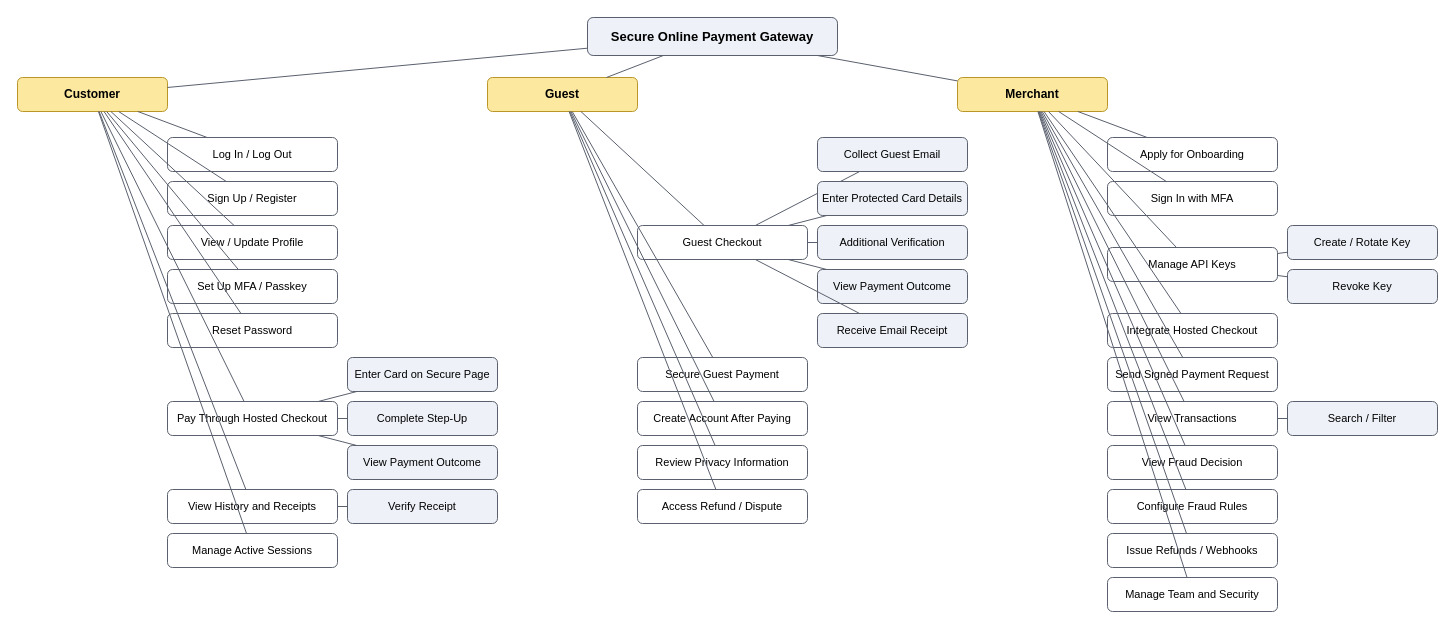
This is drawio/URS_FunctionalHierarchy_1.drawio from Beh69/FYP-CSIT321, a draw.io file, before an edit. Source tidied: cells renumbered, new cells numbered last; positions are measured from the earlier drawing's top-left corner, leaving out a move shared by most shapes. Both pictures are drawn from the tidied source at 100%, with x=0, y=0 at pixel (17, 17).
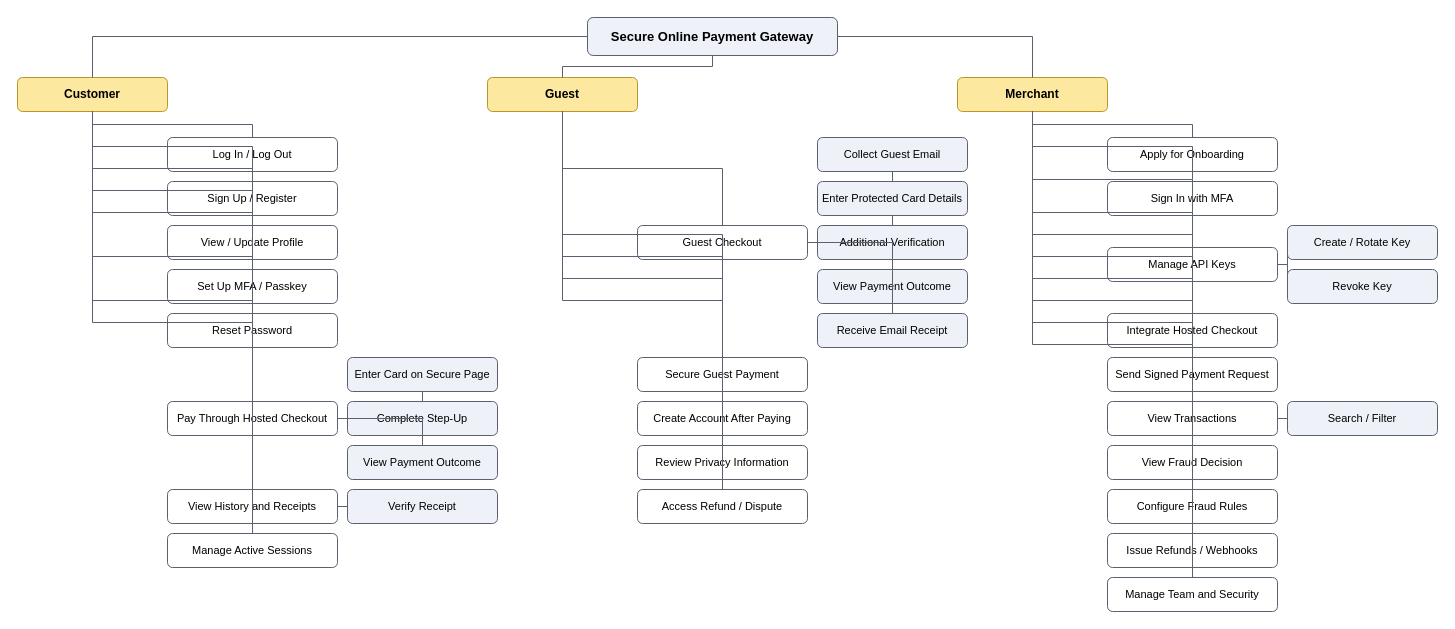
The same page after the edit.

Unchanged cells that the change refers to:
```xml
<mxCell id="2" value="Secure Online Payment Gateway" style="rounded=1;whiteSpace=wrap;html=1;fillColor=#eef2f8;strokeColor=#5a606e;fontSize=13;fontStyle=1;" parent="1" vertex="1">
<mxCell id="3" value="Customer" style="rounded=1;whiteSpace=wrap;html=1;fillColor=#fde8a0;strokeColor=#ba9628;fontSize=12;fontStyle=1;" parent="1" vertex="1">
<mxCell id="5" value="Log In / Log Out" style="rounded=1;whiteSpace=wrap;html=1;fillColor=#ffffff;strokeColor=#5a606e;fontSize=11;" parent="1" vertex="1">
<mxCell id="7" value="Sign Up / Register" style="rounded=1;whiteSpace=wrap;html=1;fillColor=#ffffff;strokeColor=#5a606e;fontSize=11;" parent="1" vertex="1">
<mxCell id="9" value="View / Update Profile" style="rounded=1;whiteSpace=wrap;html=1;fillColor=#ffffff;strokeColor=#5a606e;fontSize=11;" parent="1" vertex="1">
<mxCell id="11" value="Set Up MFA / Passkey" style="rounded=1;whiteSpace=wrap;html=1;fillColor=#ffffff;strokeColor=#5a606e;fontSize=11;" parent="1" vertex="1">
<mxCell id="13" value="Reset Password" style="rounded=1;whiteSpace=wrap;html=1;fillColor=#ffffff;strokeColor=#5a606e;fontSize=11;" parent="1" vertex="1">
<mxCell id="15" value="Pay Through Hosted Checkout" style="rounded=1;whiteSpace=wrap;html=1;fillColor=#ffffff;strokeColor=#5a606e;fontSize=11;" parent="1" vertex="1">
<mxCell id="17" value="Enter Card on Secure Page" style="rounded=1;whiteSpace=wrap;html=1;fillColor=#eef2f8;strokeColor=#5a606e;fontSize=11;" parent="1" vertex="1">
<mxCell id="19" value="Complete Step-Up" style="rounded=1;whiteSpace=wrap;html=1;fillColor=#eef2f8;strokeColor=#5a606e;fontSize=11;" parent="1" vertex="1">
<mxCell id="21" value="View Payment Outcome" style="rounded=1;whiteSpace=wrap;html=1;fillColor=#eef2f8;strokeColor=#5a606e;fontSize=11;" parent="1" vertex="1">
<mxCell id="23" value="View History and Receipts" style="rounded=1;whiteSpace=wrap;html=1;fillColor=#ffffff;strokeColor=#5a606e;fontSize=11;" parent="1" vertex="1">
<mxCell id="25" value="Verify Receipt" style="rounded=1;whiteSpace=wrap;html=1;fillColor=#eef2f8;strokeColor=#5a606e;fontSize=11;" parent="1" vertex="1">
<mxCell id="27" value="Manage Active Sessions" style="rounded=1;whiteSpace=wrap;html=1;fillColor=#ffffff;strokeColor=#5a606e;fontSize=11;" parent="1" vertex="1">
<mxCell id="29" value="Guest" style="rounded=1;whiteSpace=wrap;html=1;fillColor=#fde8a0;strokeColor=#ba9628;fontSize=12;fontStyle=1;" parent="1" vertex="1">
<mxCell id="31" value="Guest Checkout" style="rounded=1;whiteSpace=wrap;html=1;fillColor=#ffffff;strokeColor=#5a606e;fontSize=11;" parent="1" vertex="1">
<mxCell id="33" value="Collect Guest Email" style="rounded=1;whiteSpace=wrap;html=1;fillColor=#eef2f8;strokeColor=#5a606e;fontSize=11;" parent="1" vertex="1">
<mxCell id="35" value="Enter Protected Card Details" style="rounded=1;whiteSpace=wrap;html=1;fillColor=#eef2f8;strokeColor=#5a606e;fontSize=11;" parent="1" vertex="1">
<mxCell id="37" value="Additional Verification" style="rounded=1;whiteSpace=wrap;html=1;fillColor=#eef2f8;strokeColor=#5a606e;fontSize=11;" parent="1" vertex="1">
<mxCell id="39" value="View Payment Outcome" style="rounded=1;whiteSpace=wrap;html=1;fillColor=#eef2f8;strokeColor=#5a606e;fontSize=11;" parent="1" vertex="1">
<mxCell id="41" value="Receive Email Receipt" style="rounded=1;whiteSpace=wrap;html=1;fillColor=#eef2f8;strokeColor=#5a606e;fontSize=11;" parent="1" vertex="1">
<mxCell id="43" value="Secure Guest Payment" style="rounded=1;whiteSpace=wrap;html=1;fillColor=#ffffff;strokeColor=#5a606e;fontSize=11;" parent="1" vertex="1">
<mxCell id="45" value="Create Account After Paying" style="rounded=1;whiteSpace=wrap;html=1;fillColor=#ffffff;strokeColor=#5a606e;fontSize=11;" parent="1" vertex="1">
<mxCell id="47" value="Review Privacy Information" style="rounded=1;whiteSpace=wrap;html=1;fillColor=#ffffff;strokeColor=#5a606e;fontSize=11;" parent="1" vertex="1">
<mxCell id="49" value="Access Refund / Dispute" style="rounded=1;whiteSpace=wrap;html=1;fillColor=#ffffff;strokeColor=#5a606e;fontSize=11;" parent="1" vertex="1">
<mxCell id="51" value="Merchant" style="rounded=1;whiteSpace=wrap;html=1;fillColor=#fde8a0;strokeColor=#ba9628;fontSize=12;fontStyle=1;" parent="1" vertex="1">
<mxCell id="53" value="Apply for Onboarding" style="rounded=1;whiteSpace=wrap;html=1;fillColor=#ffffff;strokeColor=#5a606e;fontSize=11;" parent="1" vertex="1">
<mxCell id="55" value="Sign In with MFA" style="rounded=1;whiteSpace=wrap;html=1;fillColor=#ffffff;strokeColor=#5a606e;fontSize=11;" parent="1" vertex="1">
<mxCell id="57" value="Manage API Keys" style="rounded=1;whiteSpace=wrap;html=1;fillColor=#ffffff;strokeColor=#5a606e;fontSize=11;" parent="1" vertex="1">
<mxCell id="59" value="Create / Rotate Key" style="rounded=1;whiteSpace=wrap;html=1;fillColor=#eef2f8;strokeColor=#5a606e;fontSize=11;" parent="1" vertex="1">
<mxCell id="61" value="Revoke Key" style="rounded=1;whiteSpace=wrap;html=1;fillColor=#eef2f8;strokeColor=#5a606e;fontSize=11;" parent="1" vertex="1">
<mxCell id="63" value="Integrate Hosted Checkout" style="rounded=1;whiteSpace=wrap;html=1;fillColor=#ffffff;strokeColor=#5a606e;fontSize=11;" parent="1" vertex="1">
<mxCell id="65" value="Send Signed Payment Request" style="rounded=1;whiteSpace=wrap;html=1;fillColor=#ffffff;strokeColor=#5a606e;fontSize=11;" parent="1" vertex="1">
<mxCell id="67" value="View Transactions" style="rounded=1;whiteSpace=wrap;html=1;fillColor=#ffffff;strokeColor=#5a606e;fontSize=11;" parent="1" vertex="1">
<mxCell id="69" value="Search / Filter" style="rounded=1;whiteSpace=wrap;html=1;fillColor=#eef2f8;strokeColor=#5a606e;fontSize=11;" parent="1" vertex="1">
<mxCell id="71" value="View Fraud Decision" style="rounded=1;whiteSpace=wrap;html=1;fillColor=#ffffff;strokeColor=#5a606e;fontSize=11;" parent="1" vertex="1">
<mxCell id="73" value="Configure Fraud Rules" style="rounded=1;whiteSpace=wrap;html=1;fillColor=#ffffff;strokeColor=#5a606e;fontSize=11;" parent="1" vertex="1">
<mxCell id="75" value="Issue Refunds / Webhooks" style="rounded=1;whiteSpace=wrap;html=1;fillColor=#ffffff;strokeColor=#5a606e;fontSize=11;" parent="1" vertex="1">
<mxCell id="77" value="Manage Team and Security" style="rounded=1;whiteSpace=wrap;html=1;fillColor=#ffffff;strokeColor=#5a606e;fontSize=11;" parent="1" vertex="1">
```

The edit, as a diff of the source:
```diff
@@
-    <mxCell id="4" style="endArrow=none;html=1;strokeColor=#5a606e;rounded=0;" parent="1" edge="1" source="2" target="3">
+    <mxCell id="4" style="edgeStyle=orthogonalEdgeStyle;endArrow=none;html=1;strokeColor=#5a606e;rounded=0;" parent="1" edge="1" source="2" target="3">
       <mxGeometry relative="1" as="geometry" />
     </mxCell>
@@
-    <mxCell id="6" style="endArrow=none;html=1;strokeColor=#5a606e;rounded=0;" parent="1" edge="1" source="3" target="5">
+    <mxCell id="6" style="edgeStyle=orthogonalEdgeStyle;endArrow=none;html=1;strokeColor=#5a606e;rounded=0;" parent="1" edge="1" source="3" target="5">
       <mxGeometry relative="1" as="geometry" />
     </mxCell>
@@
-    <mxCell id="8" style="endArrow=none;html=1;strokeColor=#5a606e;rounded=0;" parent="1" edge="1" source="3" target="7">
+    <mxCell id="8" style="edgeStyle=orthogonalEdgeStyle;endArrow=none;html=1;strokeColor=#5a606e;rounded=0;" parent="1" edge="1" source="3" target="7">
       <mxGeometry relative="1" as="geometry" />
     </mxCell>
@@
-    <mxCell id="10" style="endArrow=none;html=1;strokeColor=#5a606e;rounded=0;" parent="1" edge="1" source="3" target="9">
+    <mxCell id="10" style="edgeStyle=orthogonalEdgeStyle;endArrow=none;html=1;strokeColor=#5a606e;rounded=0;" parent="1" edge="1" source="3" target="9">
       <mxGeometry relative="1" as="geometry" />
     </mxCell>
@@
-    <mxCell id="12" style="endArrow=none;html=1;strokeColor=#5a606e;rounded=0;" parent="1" edge="1" source="3" target="11">
+    <mxCell id="12" style="edgeStyle=orthogonalEdgeStyle;endArrow=none;html=1;strokeColor=#5a606e;rounded=0;" parent="1" edge="1" source="3" target="11">
       <mxGeometry relative="1" as="geometry" />
     </mxCell>
@@
-    <mxCell id="14" style="endArrow=none;html=1;strokeColor=#5a606e;rounded=0;" parent="1" edge="1" source="3" target="13">
+    <mxCell id="14" style="edgeStyle=orthogonalEdgeStyle;endArrow=none;html=1;strokeColor=#5a606e;rounded=0;" parent="1" edge="1" source="3" target="13">
       <mxGeometry relative="1" as="geometry" />
     </mxCell>
@@
-    <mxCell id="16" style="endArrow=none;html=1;strokeColor=#5a606e;rounded=0;" parent="1" edge="1" source="3" target="15">
+    <mxCell id="16" style="edgeStyle=orthogonalEdgeStyle;endArrow=none;html=1;strokeColor=#5a606e;rounded=0;" parent="1" edge="1" source="3" target="15">
       <mxGeometry relative="1" as="geometry" />
     </mxCell>
@@
-    <mxCell id="18" style="endArrow=none;html=1;strokeColor=#5a606e;rounded=0;" parent="1" edge="1" source="15" target="17">
+    <mxCell id="18" style="edgeStyle=orthogonalEdgeStyle;endArrow=none;html=1;strokeColor=#5a606e;rounded=0;" parent="1" edge="1" source="15" target="17">
       <mxGeometry relative="1" as="geometry" />
     </mxCell>
@@
-    <mxCell id="20" style="endArrow=none;html=1;strokeColor=#5a606e;rounded=0;" parent="1" edge="1" source="15" target="19">
+    <mxCell id="20" style="edgeStyle=orthogonalEdgeStyle;endArrow=none;html=1;strokeColor=#5a606e;rounded=0;" parent="1" edge="1" source="15" target="19">
       <mxGeometry relative="1" as="geometry" />
     </mxCell>
@@
-    <mxCell id="22" style="endArrow=none;html=1;strokeColor=#5a606e;rounded=0;" parent="1" edge="1" source="15" target="21">
+    <mxCell id="22" style="edgeStyle=orthogonalEdgeStyle;endArrow=none;html=1;strokeColor=#5a606e;rounded=0;" parent="1" edge="1" source="15" target="21">
       <mxGeometry relative="1" as="geometry" />
     </mxCell>
@@
-    <mxCell id="24" style="endArrow=none;html=1;strokeColor=#5a606e;rounded=0;" parent="1" edge="1" source="3" target="23">
+    <mxCell id="24" style="edgeStyle=orthogonalEdgeStyle;endArrow=none;html=1;strokeColor=#5a606e;rounded=0;" parent="1" edge="1" source="3" target="23">
       <mxGeometry relative="1" as="geometry" />
     </mxCell>
@@
-    <mxCell id="26" style="endArrow=none;html=1;strokeColor=#5a606e;rounded=0;" parent="1" edge="1" source="23" target="25">
+    <mxCell id="26" style="edgeStyle=orthogonalEdgeStyle;endArrow=none;html=1;strokeColor=#5a606e;rounded=0;" parent="1" edge="1" source="23" target="25">
       <mxGeometry relative="1" as="geometry" />
     </mxCell>
@@
-    <mxCell id="28" style="endArrow=none;html=1;strokeColor=#5a606e;rounded=0;" parent="1" edge="1" source="3" target="27">
+    <mxCell id="28" style="edgeStyle=orthogonalEdgeStyle;endArrow=none;html=1;strokeColor=#5a606e;rounded=0;" parent="1" edge="1" source="3" target="27">
       <mxGeometry relative="1" as="geometry" />
     </mxCell>
@@
-    <mxCell id="30" style="endArrow=none;html=1;strokeColor=#5a606e;rounded=0;" parent="1" edge="1" source="2" target="29">
+    <mxCell id="30" style="edgeStyle=orthogonalEdgeStyle;endArrow=none;html=1;strokeColor=#5a606e;rounded=0;" parent="1" edge="1" source="2" target="29">
       <mxGeometry relative="1" as="geometry" />
     </mxCell>
@@
-    <mxCell id="32" style="endArrow=none;html=1;strokeColor=#5a606e;rounded=0;" parent="1" edge="1" source="29" target="31">
+    <mxCell id="32" style="edgeStyle=orthogonalEdgeStyle;endArrow=none;html=1;strokeColor=#5a606e;rounded=0;" parent="1" edge="1" source="29" target="31">
       <mxGeometry relative="1" as="geometry" />
     </mxCell>
@@
-    <mxCell id="34" style="endArrow=none;html=1;strokeColor=#5a606e;rounded=0;" parent="1" edge="1" source="31" target="33">
+    <mxCell id="34" style="edgeStyle=orthogonalEdgeStyle;endArrow=none;html=1;strokeColor=#5a606e;rounded=0;" parent="1" edge="1" source="31" target="33">
       <mxGeometry relative="1" as="geometry" />
     </mxCell>
@@
-    <mxCell id="36" style="endArrow=none;html=1;strokeColor=#5a606e;rounded=0;" parent="1" edge="1" source="31" target="35">
+    <mxCell id="36" style="edgeStyle=orthogonalEdgeStyle;endArrow=none;html=1;strokeColor=#5a606e;rounded=0;" parent="1" edge="1" source="31" target="35">
       <mxGeometry relative="1" as="geometry" />
     </mxCell>
@@
-    <mxCell id="38" style="endArrow=none;html=1;strokeColor=#5a606e;rounded=0;" parent="1" edge="1" source="31" target="37">
+    <mxCell id="38" style="edgeStyle=orthogonalEdgeStyle;endArrow=none;html=1;strokeColor=#5a606e;rounded=0;" parent="1" edge="1" source="31" target="37">
       <mxGeometry relative="1" as="geometry" />
     </mxCell>
@@
-    <mxCell id="40" style="endArrow=none;html=1;strokeColor=#5a606e;rounded=0;" parent="1" edge="1" source="31" target="39">
+    <mxCell id="40" style="edgeStyle=orthogonalEdgeStyle;endArrow=none;html=1;strokeColor=#5a606e;rounded=0;" parent="1" edge="1" source="31" target="39">
       <mxGeometry relative="1" as="geometry" />
     </mxCell>
@@
-    <mxCell id="42" style="endArrow=none;html=1;strokeColor=#5a606e;rounded=0;" parent="1" edge="1" source="31" target="41">
+    <mxCell id="42" style="edgeStyle=orthogonalEdgeStyle;endArrow=none;html=1;strokeColor=#5a606e;rounded=0;" parent="1" edge="1" source="31" target="41">
       <mxGeometry relative="1" as="geometry" />
     </mxCell>
@@
-    <mxCell id="44" style="endArrow=none;html=1;strokeColor=#5a606e;rounded=0;" parent="1" edge="1" source="29" target="43">
+    <mxCell id="44" style="edgeStyle=orthogonalEdgeStyle;endArrow=none;html=1;strokeColor=#5a606e;rounded=0;" parent="1" edge="1" source="29" target="43">
       <mxGeometry relative="1" as="geometry" />
     </mxCell>
@@
-    <mxCell id="46" style="endArrow=none;html=1;strokeColor=#5a606e;rounded=0;" parent="1" edge="1" source="29" target="45">
+    <mxCell id="46" style="edgeStyle=orthogonalEdgeStyle;endArrow=none;html=1;strokeColor=#5a606e;rounded=0;" parent="1" edge="1" source="29" target="45">
       <mxGeometry relative="1" as="geometry" />
     </mxCell>
@@
-    <mxCell id="48" style="endArrow=none;html=1;strokeColor=#5a606e;rounded=0;" parent="1" edge="1" source="29" target="47">
+    <mxCell id="48" style="edgeStyle=orthogonalEdgeStyle;endArrow=none;html=1;strokeColor=#5a606e;rounded=0;" parent="1" edge="1" source="29" target="47">
       <mxGeometry relative="1" as="geometry" />
     </mxCell>
@@
-    <mxCell id="50" style="endArrow=none;html=1;strokeColor=#5a606e;rounded=0;" parent="1" edge="1" source="29" target="49">
+    <mxCell id="50" style="edgeStyle=orthogonalEdgeStyle;endArrow=none;html=1;strokeColor=#5a606e;rounded=0;" parent="1" edge="1" source="29" target="49">
       <mxGeometry relative="1" as="geometry" />
     </mxCell>
@@
-    <mxCell id="52" style="endArrow=none;html=1;strokeColor=#5a606e;rounded=0;" parent="1" edge="1" source="2" target="51">
+    <mxCell id="52" style="edgeStyle=orthogonalEdgeStyle;endArrow=none;html=1;strokeColor=#5a606e;rounded=0;" parent="1" edge="1" source="2" target="51">
       <mxGeometry relative="1" as="geometry" />
     </mxCell>
@@
-    <mxCell id="54" style="endArrow=none;html=1;strokeColor=#5a606e;rounded=0;" parent="1" edge="1" source="51" target="53">
+    <mxCell id="54" style="edgeStyle=orthogonalEdgeStyle;endArrow=none;html=1;strokeColor=#5a606e;rounded=0;" parent="1" edge="1" source="51" target="53">
       <mxGeometry relative="1" as="geometry" />
     </mxCell>
@@
-    <mxCell id="56" style="endArrow=none;html=1;strokeColor=#5a606e;rounded=0;" parent="1" edge="1" source="51" target="55">
+    <mxCell id="56" style="edgeStyle=orthogonalEdgeStyle;endArrow=none;html=1;strokeColor=#5a606e;rounded=0;" parent="1" edge="1" source="51" target="55">
       <mxGeometry relative="1" as="geometry" />
     </mxCell>
@@
-    <mxCell id="58" style="endArrow=none;html=1;strokeColor=#5a606e;rounded=0;" parent="1" edge="1" source="51" target="57">
+    <mxCell id="58" style="edgeStyle=orthogonalEdgeStyle;endArrow=none;html=1;strokeColor=#5a606e;rounded=0;" parent="1" edge="1" source="51" target="57">
       <mxGeometry relative="1" as="geometry" />
     </mxCell>
@@
-    <mxCell id="60" style="endArrow=none;html=1;strokeColor=#5a606e;rounded=0;" parent="1" edge="1" source="57" target="59">
+    <mxCell id="60" style="edgeStyle=orthogonalEdgeStyle;endArrow=none;html=1;strokeColor=#5a606e;rounded=0;" parent="1" edge="1" source="57" target="59">
       <mxGeometry relative="1" as="geometry" />
     </mxCell>
@@
-    <mxCell id="62" style="endArrow=none;html=1;strokeColor=#5a606e;rounded=0;" parent="1" edge="1" source="57" target="61">
+    <mxCell id="62" style="edgeStyle=orthogonalEdgeStyle;endArrow=none;html=1;strokeColor=#5a606e;rounded=0;" parent="1" edge="1" source="57" target="61">
       <mxGeometry relative="1" as="geometry" />
     </mxCell>
@@
-    <mxCell id="64" style="endArrow=none;html=1;strokeColor=#5a606e;rounded=0;" parent="1" edge="1" source="51" target="63">
+    <mxCell id="64" style="edgeStyle=orthogonalEdgeStyle;endArrow=none;html=1;strokeColor=#5a606e;rounded=0;" parent="1" edge="1" source="51" target="63">
       <mxGeometry relative="1" as="geometry" />
     </mxCell>
@@
-    <mxCell id="66" style="endArrow=none;html=1;strokeColor=#5a606e;rounded=0;" parent="1" edge="1" source="51" target="65">
+    <mxCell id="66" style="edgeStyle=orthogonalEdgeStyle;endArrow=none;html=1;strokeColor=#5a606e;rounded=0;" parent="1" edge="1" source="51" target="65">
       <mxGeometry relative="1" as="geometry" />
     </mxCell>
@@
-    <mxCell id="68" style="endArrow=none;html=1;strokeColor=#5a606e;rounded=0;" parent="1" edge="1" source="51" target="67">
+    <mxCell id="68" style="edgeStyle=orthogonalEdgeStyle;endArrow=none;html=1;strokeColor=#5a606e;rounded=0;" parent="1" edge="1" source="51" target="67">
       <mxGeometry relative="1" as="geometry" />
     </mxCell>
@@
-    <mxCell id="70" style="endArrow=none;html=1;strokeColor=#5a606e;rounded=0;" parent="1" edge="1" source="67" target="69">
+    <mxCell id="70" style="edgeStyle=orthogonalEdgeStyle;endArrow=none;html=1;strokeColor=#5a606e;rounded=0;" parent="1" edge="1" source="67" target="69">
       <mxGeometry relative="1" as="geometry" />
     </mxCell>
@@
-    <mxCell id="72" style="endArrow=none;html=1;strokeColor=#5a606e;rounded=0;" parent="1" edge="1" source="51" target="71">
+    <mxCell id="72" style="edgeStyle=orthogonalEdgeStyle;endArrow=none;html=1;strokeColor=#5a606e;rounded=0;" parent="1" edge="1" source="51" target="71">
       <mxGeometry relative="1" as="geometry" />
     </mxCell>
@@
-    <mxCell id="74" style="endArrow=none;html=1;strokeColor=#5a606e;rounded=0;" parent="1" edge="1" source="51" target="73">
+    <mxCell id="74" style="edgeStyle=orthogonalEdgeStyle;endArrow=none;html=1;strokeColor=#5a606e;rounded=0;" parent="1" edge="1" source="51" target="73">
       <mxGeometry relative="1" as="geometry" />
     </mxCell>
@@
-    <mxCell id="76" style="endArrow=none;html=1;strokeColor=#5a606e;rounded=0;" parent="1" edge="1" source="51" target="75">
+    <mxCell id="76" style="edgeStyle=orthogonalEdgeStyle;endArrow=none;html=1;strokeColor=#5a606e;rounded=0;" parent="1" edge="1" source="51" target="75">
       <mxGeometry relative="1" as="geometry" />
     </mxCell>
@@
-    <mxCell id="78" style="endArrow=none;html=1;strokeColor=#5a606e;rounded=0;" parent="1" edge="1" source="51" target="77">
+    <mxCell id="78" style="edgeStyle=orthogonalEdgeStyle;endArrow=none;html=1;strokeColor=#5a606e;rounded=0;" parent="1" edge="1" source="51" target="77">
       <mxGeometry relative="1" as="geometry" />
     </mxCell>
```
